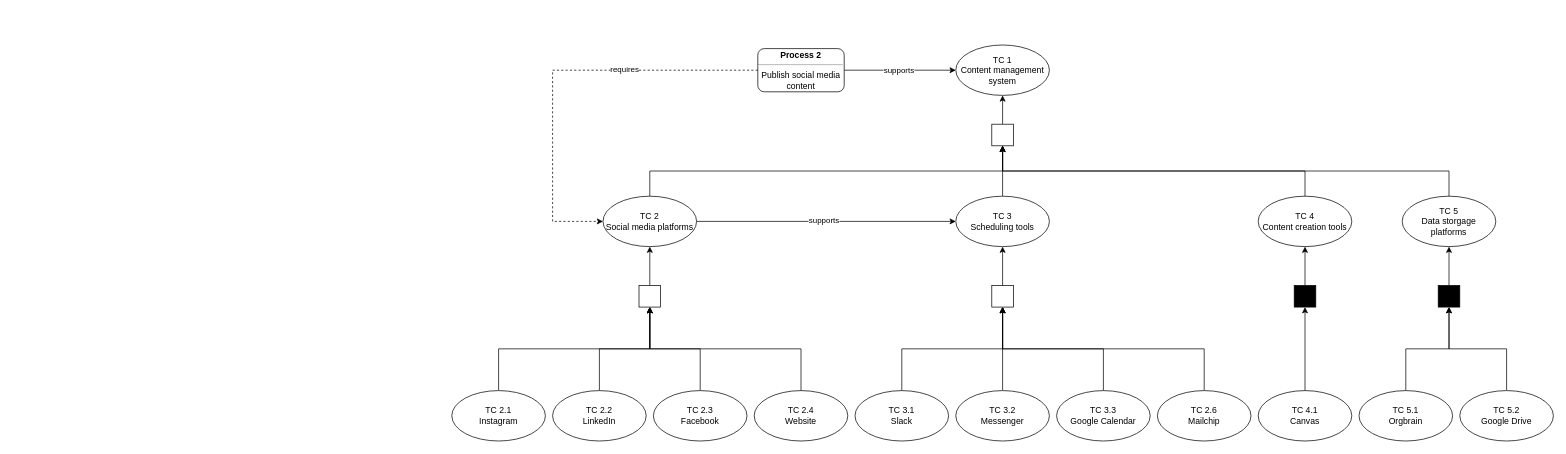
The draw.io diagram page "technology" (7 of 8) of Start Norge.drawio in marhjoh/TDT4252-Enterprise-Architecture-for-Enterprise-Innovation, before the edit. Source tidied: cells renumbered, new cells numbered last; positions are measured from the earlier drawing's top-left corner, leaving out a move shared by most shapes. Both pictures are drawn from the tidied source at 72%, with x=0, y=0 at pixel (451, 45).
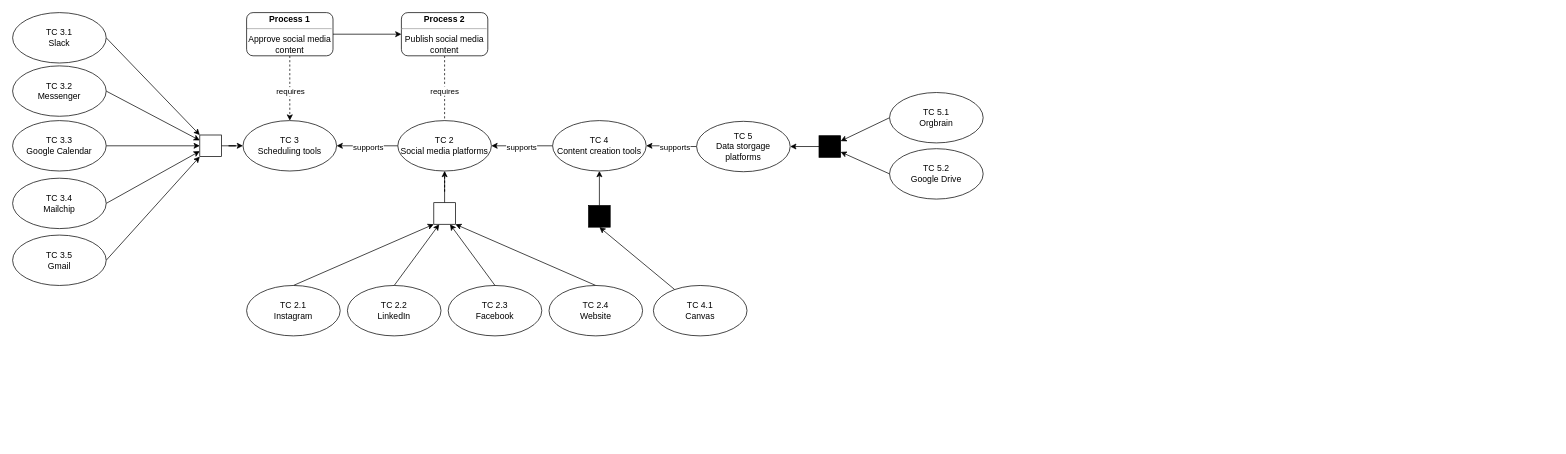
The same diagram, later.

Diff of the diagram source:
```diff
@@
-    <mxCell id="2" style="edgeStyle=orthogonalEdgeStyle;rounded=0;jettySize=auto;html=1;entryX=0;entryY=0.5;entryDx=0;entryDy=0;" parent="1" edge="1" source="6" target="7">
-      <mxGeometry relative="1" as="geometry" />
-    </mxCell>
-    <mxCell id="3" value="supports" style="edgeLabel;html=1;align=center;verticalAlign=middle;" parent="2" vertex="1">
-      <mxGeometry x="-0.03" relative="1" as="geometry" />
-    </mxCell>
-    <mxCell id="4" style="edgeStyle=orthogonalEdgeStyle;rounded=0;jettySize=auto;html=1;entryX=0;entryY=0.5;entryDx=0;entryDy=0;dashed=1;" parent="1" edge="1" source="6" target="13">
+    <mxCell id="4" style="edgeStyle=orthogonalEdgeStyle;rounded=0;jettySize=auto;html=1;entryX=0.5;entryY=0;entryDx=0;entryDy=0;dashed=1;exitX=0.5;exitY=1;exitDx=0;exitDy=0;" parent="1" edge="1" source="6" target="13">
       <mxGeometry relative="1" as="geometry">
         <Array as="points">
-          <mxPoint x="140" y="35" />
-          <mxPoint x="140" y="245" />
+          <mxPoint x="-10" y="205" />
+          <mxPoint x="-10" y="205" />
         </Array>
       </mxGeometry>
     </mxCell>
@@
+    <mxCell id="50" value="requires" style="edgeLabel;html=1;align=center;verticalAlign=middle;" parent="4" vertex="1">
+      <mxGeometry x="-0.67" y="-1" relative="1" as="geometry" />
+    </mxCell>
     <mxCell id="6" value="&lt;b&gt;Process 2&lt;/b&gt;&lt;hr&gt;Publish social media content&lt;div&gt;&lt;/div&gt;" style="rounded=1;whiteSpace=wrap;html=1;" parent="1" vertex="1">
-      <mxGeometry x="425" y="5" width="120" height="60" as="geometry" />
+      <mxGeometry x="-70" y="-45" width="120" height="60" as="geometry" />
     </mxCell>
-    <mxCell id="7" value="&lt;div&gt;TC 1&lt;/div&gt;&lt;div&gt;Content management system&lt;/div&gt;" style="ellipse;whiteSpace=wrap;html=1;" parent="1" vertex="1">
-      <mxGeometry x="700" width="130" height="70" as="geometry" />
-    </mxCell>
-    <mxCell id="8" style="edgeStyle=orthogonalEdgeStyle;rounded=0;jettySize=auto;html=1;entryX=0.5;entryY=1;entryDx=0;entryDy=0;exitX=0.5;exitY=0;exitDx=0;exitDy=0;" parent="1" edge="1" source="9" target="7">
-      <mxGeometry relative="1" as="geometry" />
-    </mxCell>
-    <mxCell id="9" style="whiteSpace=wrap;html=1;" parent="1" vertex="1">
-      <mxGeometry x="750" y="110" width="30" height="30" as="geometry" />
-    </mxCell>
-    <mxCell id="10" style="edgeStyle=orthogonalEdgeStyle;rounded=0;jettySize=auto;html=1;entryX=0.5;entryY=1;entryDx=0;entryDy=0;exitX=0.5;exitY=0;exitDx=0;exitDy=0;" parent="1" edge="1" source="13" target="9">
-      <mxGeometry relative="1" as="geometry" />
-    </mxCell>
-    <mxCell id="11" style="edgeStyle=orthogonalEdgeStyle;rounded=0;jettySize=auto;html=1;entryX=0;entryY=0.5;entryDx=0;entryDy=0;" parent="1" edge="1" source="13" target="15">
+    <mxCell id="11" style="edgeStyle=orthogonalEdgeStyle;rounded=0;jettySize=auto;html=1;entryX=1;entryY=0.5;entryDx=0;entryDy=0;" parent="1" edge="1" source="13" target="15">
       <mxGeometry relative="1" as="geometry" />
     </mxCell>
@@
     <mxCell id="13" value="&lt;div&gt;TC 2&lt;/div&gt;Social media platforms" style="ellipse;whiteSpace=wrap;html=1;" parent="1" vertex="1">
-      <mxGeometry x="210" y="210" width="130" height="70" as="geometry" />
+      <mxGeometry x="-75" y="105" width="130" height="70" as="geometry" />
     </mxCell>
-    <mxCell id="14" style="edgeStyle=orthogonalEdgeStyle;rounded=0;jettySize=auto;html=1;entryX=0.5;entryY=1;entryDx=0;entryDy=0;exitX=0.5;exitY=0;exitDx=0;exitDy=0;" parent="1" edge="1" source="15" target="9">
-      <mxGeometry relative="1" as="geometry" />
-    </mxCell>
     <mxCell id="15" value="&lt;div&gt;TC 3&lt;/div&gt;Scheduling tools" style="ellipse;whiteSpace=wrap;html=1;" parent="1" vertex="1">
-      <mxGeometry x="700" y="210" width="130" height="70" as="geometry" />
+      <mxGeometry x="-290" y="105" width="130" height="70" as="geometry" />
     </mxCell>
-    <mxCell id="16" style="rounded=0;jettySize=auto;html=1;entryX=0.5;entryY=1;entryDx=0;entryDy=0;exitX=0.5;exitY=0;exitDx=0;exitDy=0;edgeStyle=orthogonalEdgeStyle;" parent="1" edge="1" source="17" target="27">
+    <mxCell id="16" style="rounded=0;jettySize=auto;html=1;entryX=0;entryY=1;entryDx=0;entryDy=0;exitX=0.5;exitY=0;exitDx=0;exitDy=0;" parent="1" edge="1" source="17" target="27">
       <mxGeometry relative="1" as="geometry" />
     </mxCell>
     <mxCell id="17" value="&lt;div&gt;TC 2.1&lt;/div&gt;&lt;div&gt;Instagram&lt;/div&gt;" style="ellipse;whiteSpace=wrap;html=1;" parent="1" vertex="1">
-      <mxGeometry y="480" width="130" height="70" as="geometry" />
+      <mxGeometry x="-285" y="334" width="130" height="70" as="geometry" />
     </mxCell>
-    <mxCell id="18" style="edgeStyle=orthogonalEdgeStyle;rounded=0;jettySize=auto;html=1;entryX=0.5;entryY=1;entryDx=0;entryDy=0;exitX=0.5;exitY=0;exitDx=0;exitDy=0;" parent="1" edge="1" source="19" target="9">
-      <mxGeometry relative="1" as="geometry" />
-    </mxCell>
+    <mxCell id="51" style="edgeStyle=orthogonalEdgeStyle;rounded=0;jettySize=auto;html=1;entryX=1;entryY=0.5;entryDx=0;entryDy=0;" parent="1" edge="1" source="19" target="13">
+      <mxGeometry relative="1" as="geometry" />
+    </mxCell>
+    <mxCell id="52" value="supports" style="edgeLabel;html=1;align=center;verticalAlign=middle;" parent="51" vertex="1">
+      <mxGeometry x="0.04" y="1" relative="1" as="geometry" />
+    </mxCell>
     <mxCell id="19" value="&lt;div&gt;TC 4&lt;/div&gt;Content creation tools" style="ellipse;whiteSpace=wrap;html=1;" parent="1" vertex="1">
-      <mxGeometry x="1120" y="210" width="130" height="70" as="geometry" />
+      <mxGeometry x="140" y="105" width="130" height="70" as="geometry" />
     </mxCell>
-    <mxCell id="20" style="rounded=0;jettySize=auto;html=1;entryX=0.5;entryY=1;entryDx=0;entryDy=0;exitX=0.5;exitY=0;exitDx=0;exitDy=0;edgeStyle=orthogonalEdgeStyle;" parent="1" edge="1" source="21" target="27">
+    <mxCell id="20" style="rounded=0;jettySize=auto;html=1;entryX=0.25;entryY=1;entryDx=0;entryDy=0;exitX=0.5;exitY=0;exitDx=0;exitDy=0;" parent="1" edge="1" source="21" target="27">
       <mxGeometry relative="1" as="geometry" />
     </mxCell>
     <mxCell id="21" value="&lt;div&gt;TC 2.2&lt;/div&gt;&lt;div&gt;LinkedIn&lt;/div&gt;" style="ellipse;whiteSpace=wrap;html=1;" parent="1" vertex="1">
-      <mxGeometry x="140" y="480" width="130" height="70" as="geometry" />
+      <mxGeometry x="-145" y="334" width="130" height="70" as="geometry" />
     </mxCell>
-    <mxCell id="22" style="rounded=0;jettySize=auto;html=1;entryX=0.5;entryY=1;entryDx=0;entryDy=0;edgeStyle=orthogonalEdgeStyle;exitX=0.5;exitY=0;exitDx=0;exitDy=0;" parent="1" edge="1" source="23" target="27">
+    <mxCell id="22" style="rounded=0;jettySize=auto;html=1;entryX=0.75;entryY=1;entryDx=0;entryDy=0;exitX=0.5;exitY=0;exitDx=0;exitDy=0;" parent="1" edge="1" source="23" target="27">
       <mxGeometry relative="1" as="geometry" />
     </mxCell>
     <mxCell id="23" value="&lt;div&gt;TC 2.3&lt;/div&gt;&lt;div&gt;Facebook&lt;/div&gt;" style="ellipse;whiteSpace=wrap;html=1;" parent="1" vertex="1">
-      <mxGeometry x="280" y="480" width="130" height="70" as="geometry" />
+      <mxGeometry x="-5" y="334" width="130" height="70" as="geometry" />
     </mxCell>
-    <mxCell id="24" style="rounded=0;jettySize=auto;html=1;entryX=0.5;entryY=1;entryDx=0;entryDy=0;exitX=0.5;exitY=0;exitDx=0;exitDy=0;edgeStyle=orthogonalEdgeStyle;" parent="1" edge="1" source="25" target="27">
+    <mxCell id="24" style="rounded=0;jettySize=auto;html=1;entryX=1;entryY=1;entryDx=0;entryDy=0;exitX=0.5;exitY=0;exitDx=0;exitDy=0;" parent="1" edge="1" source="25" target="27">
       <mxGeometry relative="1" as="geometry" />
     </mxCell>
     <mxCell id="25" value="&lt;div&gt;TC 2.4&lt;/div&gt;&lt;div&gt;Website&lt;/div&gt;" style="ellipse;whiteSpace=wrap;html=1;" parent="1" vertex="1">
-      <mxGeometry x="420" y="480" width="130" height="70" as="geometry" />
+      <mxGeometry x="135" y="334" width="130" height="70" as="geometry" />
     </mxCell>
@@
     <mxCell id="27" style="whiteSpace=wrap;html=1;" parent="1" vertex="1">
-      <mxGeometry x="260" y="334" width="30" height="30" as="geometry" />
+      <mxGeometry x="-25" y="219" width="30" height="30" as="geometry" />
     </mxCell>
-    <mxCell id="28" style="edgeStyle=orthogonalEdgeStyle;rounded=0;jettySize=auto;html=1;entryX=0.5;entryY=1;entryDx=0;entryDy=0;exitX=0.5;exitY=0;exitDx=0;exitDy=0;" parent="1" edge="1" source="29" target="41">
+    <mxCell id="28" style="rounded=0;jettySize=auto;html=1;entryX=0;entryY=0;entryDx=0;entryDy=0;exitX=1;exitY=0.5;exitDx=0;exitDy=0;" parent="1" edge="1" source="29" target="41">
       <mxGeometry relative="1" as="geometry" />
     </mxCell>
     <mxCell id="29" value="&lt;div&gt;TC 3.1&lt;/div&gt;&lt;div&gt;Slack&lt;/div&gt;" style="ellipse;whiteSpace=wrap;html=1;" parent="1" vertex="1">
-      <mxGeometry x="560" y="480" width="130" height="70" as="geometry" />
+      <mxGeometry x="-610" y="-45" width="130" height="70" as="geometry" />
     </mxCell>
-    <mxCell id="30" style="edgeStyle=orthogonalEdgeStyle;rounded=0;jettySize=auto;html=1;entryX=0.5;entryY=1;entryDx=0;entryDy=0;exitX=0.5;exitY=0;exitDx=0;exitDy=0;" parent="1" edge="1" source="31" target="41">
+    <mxCell id="30" style="rounded=0;jettySize=auto;html=1;entryX=0;entryY=0.75;entryDx=0;entryDy=0;exitX=1;exitY=0.5;exitDx=0;exitDy=0;" parent="1" edge="1" source="31" target="41">
       <mxGeometry relative="1" as="geometry" />
     </mxCell>
-    <mxCell id="31" value="&lt;div&gt;TC 2.6&lt;/div&gt;&lt;div&gt;Mailchip&lt;/div&gt;" style="ellipse;whiteSpace=wrap;html=1;" parent="1" vertex="1">
-      <mxGeometry x="980" y="480" width="130" height="70" as="geometry" />
+    <mxCell id="31" value="&lt;div&gt;TC 3.4&lt;/div&gt;&lt;div&gt;Mailchip&lt;/div&gt;" style="ellipse;whiteSpace=wrap;html=1;" parent="1" vertex="1">
+      <mxGeometry x="-610" y="185" width="130" height="70" as="geometry" />
     </mxCell>
-    <mxCell id="32" style="edgeStyle=orthogonalEdgeStyle;rounded=0;jettySize=auto;html=1;entryX=0.5;entryY=1;entryDx=0;entryDy=0;exitX=0.5;exitY=0;exitDx=0;exitDy=0;" parent="1" edge="1" source="33" target="49">
+    <mxCell id="32" style="rounded=0;jettySize=auto;html=1;entryX=1;entryY=0.75;entryDx=0;entryDy=0;exitX=0;exitY=0.5;exitDx=0;exitDy=0;" parent="1" edge="1" source="33" target="49">
       <mxGeometry relative="1" as="geometry" />
     </mxCell>
     <mxCell id="33" value="&lt;div&gt;TC 5.2&lt;/div&gt;&lt;div&gt;Google Drive&lt;/div&gt;" style="ellipse;whiteSpace=wrap;html=1;" parent="1" vertex="1">
-      <mxGeometry x="1400" y="480" width="130" height="70" as="geometry" />
+      <mxGeometry x="608" y="144" width="130" height="70" as="geometry" />
     </mxCell>
-    <mxCell id="34" style="edgeStyle=orthogonalEdgeStyle;rounded=0;jettySize=auto;html=1;entryX=0.5;entryY=1;entryDx=0;entryDy=0;exitX=0.5;exitY=0;exitDx=0;exitDy=0;" parent="1" edge="1" source="35" target="41">
+    <mxCell id="34" style="rounded=0;jettySize=auto;html=1;entryX=0;entryY=0.5;entryDx=0;entryDy=0;exitX=1;exitY=0.5;exitDx=0;exitDy=0;" parent="1" edge="1" source="35" target="41">
       <mxGeometry relative="1" as="geometry" />
     </mxCell>
     <mxCell id="35" value="&lt;div&gt;TC 3.3&lt;/div&gt;&lt;div&gt;Google Calendar&lt;/div&gt;" style="ellipse;whiteSpace=wrap;html=1;" parent="1" vertex="1">
-      <mxGeometry x="840" y="480" width="130" height="70" as="geometry" />
+      <mxGeometry x="-610" y="105" width="130" height="70" as="geometry" />
     </mxCell>
-    <mxCell id="36" style="edgeStyle=orthogonalEdgeStyle;rounded=0;jettySize=auto;html=1;entryX=0.5;entryY=1;entryDx=0;entryDy=0;exitX=0.5;exitY=0;exitDx=0;exitDy=0;" parent="1" edge="1" source="37" target="41">
+    <mxCell id="36" style="rounded=0;jettySize=auto;html=1;entryX=0;entryY=0.25;entryDx=0;entryDy=0;exitX=1;exitY=0.5;exitDx=0;exitDy=0;" parent="1" edge="1" source="37" target="41">
       <mxGeometry relative="1" as="geometry" />
     </mxCell>
     <mxCell id="37" value="&lt;div&gt;TC 3.2&lt;/div&gt;&lt;div&gt;Messenger&lt;/div&gt;" style="ellipse;whiteSpace=wrap;html=1;" parent="1" vertex="1">
-      <mxGeometry x="700" y="480" width="130" height="70" as="geometry" />
+      <mxGeometry x="-610" y="29" width="130" height="70" as="geometry" />
     </mxCell>
-    <mxCell id="38" style="edgeStyle=orthogonalEdgeStyle;rounded=0;jettySize=auto;html=1;entryX=0.5;entryY=1;entryDx=0;entryDy=0;" parent="1" edge="1" source="39" target="43">
+    <mxCell id="38" style="rounded=0;jettySize=auto;html=1;entryX=0.5;entryY=1;entryDx=0;entryDy=0;" parent="1" edge="1" source="39" target="43">
       <mxGeometry relative="1" as="geometry" />
     </mxCell>
     <mxCell id="39" value="&lt;div&gt;TC 4.1&lt;/div&gt;&lt;div&gt;Canvas&lt;/div&gt;" style="ellipse;whiteSpace=wrap;html=1;" parent="1" vertex="1">
-      <mxGeometry x="1120" y="480" width="130" height="70" as="geometry" />
+      <mxGeometry x="280" y="334" width="130" height="70" as="geometry" />
     </mxCell>
-    <mxCell id="40" style="edgeStyle=orthogonalEdgeStyle;rounded=0;jettySize=auto;html=1;entryX=0.5;entryY=1;entryDx=0;entryDy=0;" parent="1" edge="1" source="41" target="15">
+    <mxCell id="40" style="edgeStyle=orthogonalEdgeStyle;rounded=0;jettySize=auto;html=1;entryX=0;entryY=0.5;entryDx=0;entryDy=0;" parent="1" edge="1" source="41" target="15">
       <mxGeometry relative="1" as="geometry" />
     </mxCell>
     <mxCell id="41" style="whiteSpace=wrap;html=1;" parent="1" vertex="1">
-      <mxGeometry x="750" y="334" width="30" height="30" as="geometry" />
+      <mxGeometry x="-350" y="125" width="30" height="30" as="geometry" />
     </mxCell>
@@
     <mxCell id="43" style="whiteSpace=wrap;html=1;fillColor=#000000;" parent="1" vertex="1">
-      <mxGeometry x="1170" y="334" width="30" height="30" as="geometry" />
+      <mxGeometry x="190" y="223" width="30" height="30" as="geometry" />
     </mxCell>
-    <mxCell id="44" style="edgeStyle=orthogonalEdgeStyle;rounded=0;jettySize=auto;html=1;entryX=0.5;entryY=1;entryDx=0;entryDy=0;exitX=0.5;exitY=0;exitDx=0;exitDy=0;" parent="1" edge="1" source="45" target="9">
-      <mxGeometry relative="1" as="geometry" />
-    </mxCell>
+    <mxCell id="53" style="edgeStyle=orthogonalEdgeStyle;rounded=0;jettySize=auto;html=1;entryX=1;entryY=0.5;entryDx=0;entryDy=0;" parent="1" edge="1" source="45" target="19">
+      <mxGeometry relative="1" as="geometry" />
+    </mxCell>
+    <mxCell id="54" value="supports" style="edgeLabel;html=1;align=center;verticalAlign=middle;" parent="53" vertex="1">
+      <mxGeometry x="0.18" relative="1" as="geometry">
+        <mxPoint x="10" y="1" as="offset" />
+      </mxGeometry>
+    </mxCell>
     <mxCell id="45" value="&lt;div&gt;TC 5&lt;/div&gt;Data storgage platforms" style="ellipse;whiteSpace=wrap;html=1;" parent="1" vertex="1">
-      <mxGeometry x="1320" y="210" width="130" height="70" as="geometry" />
+      <mxGeometry x="340" y="106" width="130" height="70" as="geometry" />
     </mxCell>
-    <mxCell id="46" style="edgeStyle=orthogonalEdgeStyle;rounded=0;jettySize=auto;html=1;entryX=0.5;entryY=1;entryDx=0;entryDy=0;" parent="1" edge="1" source="47" target="49">
+    <mxCell id="46" style="rounded=0;jettySize=auto;html=1;entryX=1;entryY=0.25;entryDx=0;entryDy=0;exitX=0;exitY=0.5;exitDx=0;exitDy=0;" parent="1" edge="1" source="47" target="49">
       <mxGeometry relative="1" as="geometry" />
     </mxCell>
     <mxCell id="47" value="&lt;div&gt;TC 5.1&lt;/div&gt;&lt;div&gt;Orgbrain&lt;/div&gt;" style="ellipse;whiteSpace=wrap;html=1;" parent="1" vertex="1">
-      <mxGeometry x="1260" y="480" width="130" height="70" as="geometry" />
+      <mxGeometry x="608" y="66" width="130" height="70" as="geometry" />
     </mxCell>
-    <mxCell id="48" style="edgeStyle=orthogonalEdgeStyle;rounded=0;jettySize=auto;html=1;entryX=0.5;entryY=1;entryDx=0;entryDy=0;" parent="1" edge="1" source="49" target="45">
+    <mxCell id="48" style="edgeStyle=orthogonalEdgeStyle;rounded=0;jettySize=auto;html=1;entryX=1;entryY=0.5;entryDx=0;entryDy=0;" parent="1" edge="1" source="49" target="45">
       <mxGeometry relative="1" as="geometry" />
     </mxCell>
     <mxCell id="49" style="whiteSpace=wrap;html=1;fillColor=#000000;" parent="1" vertex="1">
-      <mxGeometry x="1370" y="334" width="30" height="30" as="geometry" />
+      <mxGeometry x="510" y="126" width="30" height="30" as="geometry" />
     </mxCell>
+    <mxCell id="55" style="edgeStyle=orthogonalEdgeStyle;rounded=0;jettySize=auto;html=1;entryX=0;entryY=0.5;entryDx=0;entryDy=0;" parent="1" edge="1" source="58" target="6">
+      <mxGeometry relative="1" as="geometry" />
+    </mxCell>
+    <mxCell id="56" style="edgeStyle=orthogonalEdgeStyle;rounded=0;jettySize=auto;html=1;entryX=0.5;entryY=0;entryDx=0;entryDy=0;dashed=1;" parent="1" edge="1" source="58" target="15">
+      <mxGeometry relative="1" as="geometry" />
+    </mxCell>
+    <mxCell id="57" value="requires" style="edgeLabel;html=1;align=center;verticalAlign=middle;" parent="56" vertex="1">
+      <mxGeometry x="-0.14" y="-2" relative="1" as="geometry">
+        <mxPoint x="2" y="10" as="offset" />
+      </mxGeometry>
+    </mxCell>
+    <mxCell id="58" value="&lt;b&gt;Process 1&lt;/b&gt;&lt;hr&gt;Approve social media content&lt;div&gt;&lt;/div&gt;" style="rounded=1;whiteSpace=wrap;html=1;" parent="1" vertex="1">
+      <mxGeometry x="-285" y="-45" width="120" height="60" as="geometry" />
+    </mxCell>
+    <mxCell id="59" style="rounded=0;jettySize=auto;html=1;exitX=1;exitY=0.5;exitDx=0;exitDy=0;entryX=0;entryY=1;entryDx=0;entryDy=0;" parent="1" edge="1" source="60" target="41">
+      <mxGeometry relative="1" as="geometry" />
+    </mxCell>
+    <mxCell id="60" value="&lt;div&gt;TC 3.5&lt;/div&gt;&lt;div&gt;Gmail&lt;/div&gt;" style="ellipse;whiteSpace=wrap;html=1;" parent="1" vertex="1">
+      <mxGeometry x="-610" y="264" width="130" height="70" as="geometry" />
+    </mxCell>
```
